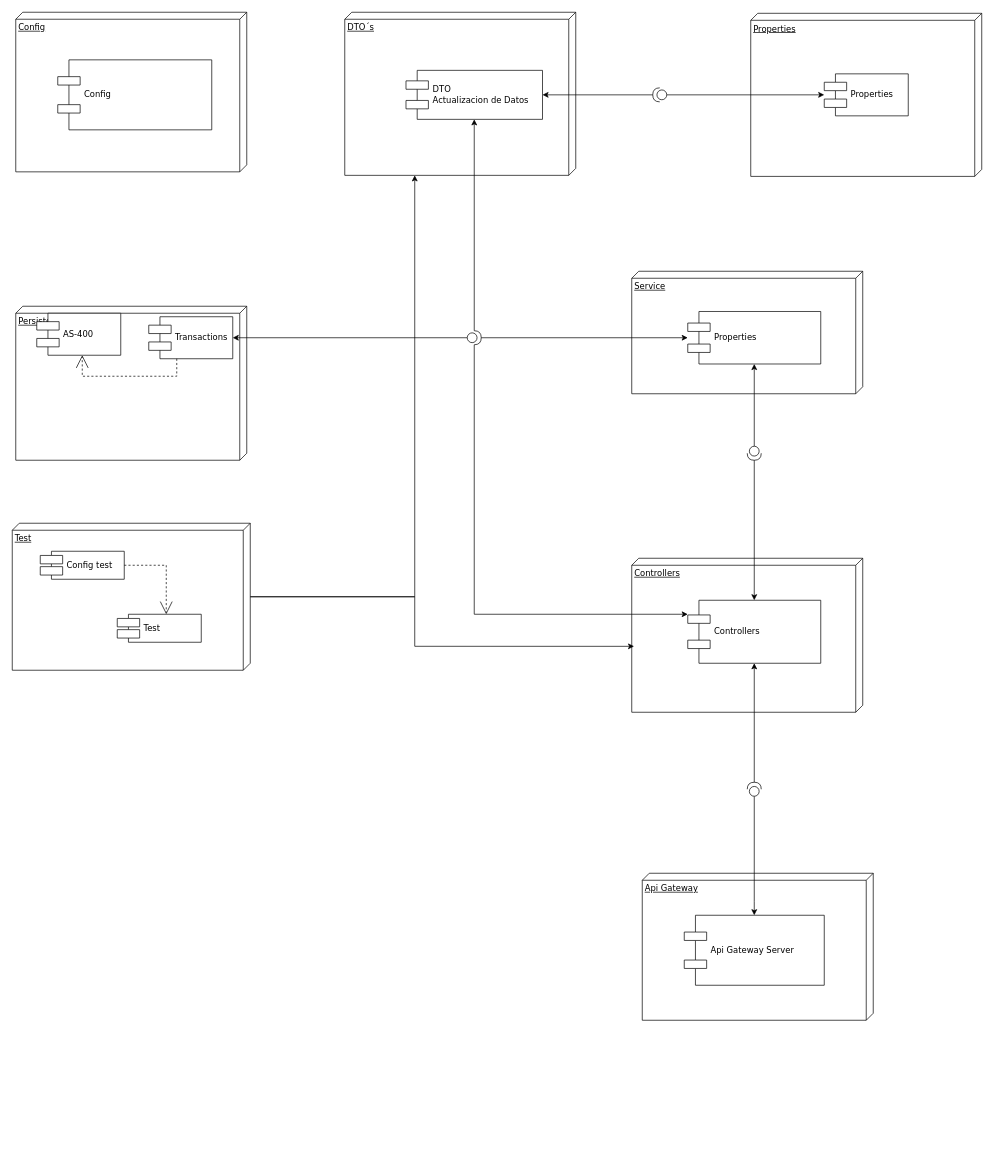
Before: Untitled Diagram.drawio in StevenGpByte/ActualizacionDatos, a draw.io diagram. Source tidied: cells renumbered, new cells numbered last; positions are measured from the earlier drawing's top-left corner, leaving out a move shared by most shapes. Both pictures are drawn from the tidied source at 70%, with x=0, y=0 at pixel (12, 12).
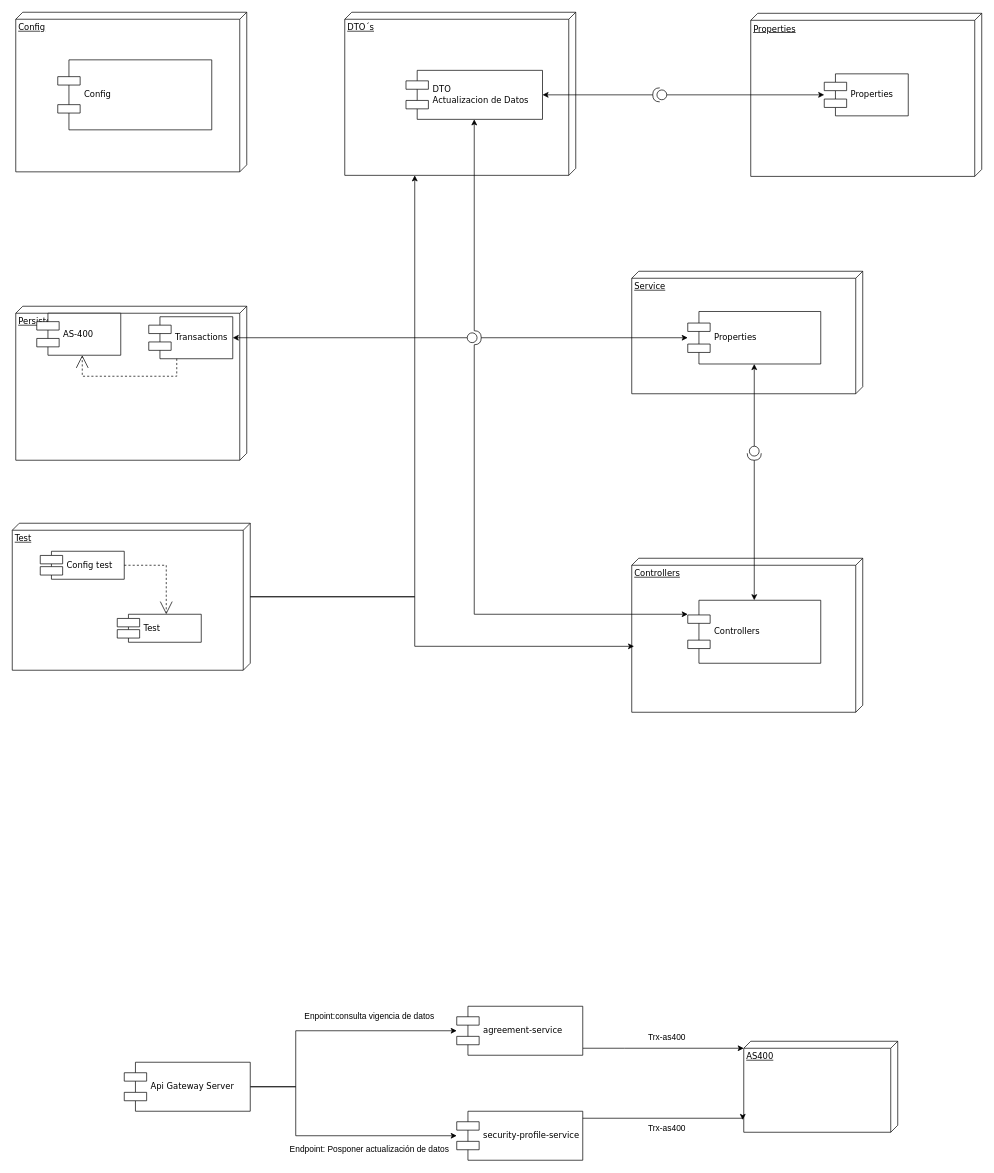
Above is the later version.

The change refers to these unchanged cells:
```xml
<mxCell id="16" value="Controllers" style="shape=component;align=left;spacingLeft=36;rounded=0;shadow=0;comic=0;labelBackgroundColor=none;strokeWidth=1;fontFamily=Verdana;fontSize=12;html=1;" parent="1" vertex="1">
  <mxGeometry x="965" y="840" width="190" height="90" as="geometry" />
</mxCell>
```

What changed in the source:
```diff
@@
-    <mxCell id="17" value="Api Gateway&lt;br&gt;" style="verticalAlign=top;align=left;spacingTop=8;spacingLeft=2;spacingRight=12;shape=cube;size=10;direction=south;fontStyle=4;html=1;rounded=0;shadow=0;comic=0;labelBackgroundColor=none;strokeWidth=1;fontFamily=Verdana;fontSize=12;" parent="1" vertex="1">
-      <mxGeometry x="900" y="1230" width="330" height="210" as="geometry" />
-    </mxCell>
-    <mxCell id="18" value="Api Gateway Server" style="shape=component;align=left;spacingLeft=36;rounded=0;shadow=0;comic=0;labelBackgroundColor=none;strokeWidth=1;fontFamily=Verdana;fontSize=12;html=1;" parent="1" vertex="1">
-      <mxGeometry x="960" y="1290" width="200" height="100" as="geometry" />
-    </mxCell>
@@
-    <mxCell id="35" style="edgeStyle=orthogonalEdgeStyle;rounded=0;jettySize=auto;html=1;entryX=0.5;entryY=1;entryDx=0;entryDy=0;" parent="1" edge="1" source="37" target="16">
-      <mxGeometry relative="1" as="geometry" />
-    </mxCell>
-    <mxCell id="36" style="edgeStyle=orthogonalEdgeStyle;rounded=0;jettySize=auto;html=1;entryX=0.5;entryY=0;entryDx=0;entryDy=0;" parent="1" edge="1" source="37" target="18">
-      <mxGeometry relative="1" as="geometry">
-        <Array as="points">
-          <mxPoint x="1060" y="1270" />
-        </Array>
-      </mxGeometry>
-    </mxCell>
-    <mxCell id="37" style="shape=providedRequiredInterface;html=1;verticalLabelPosition=bottom;sketch=0;rotation=-90;" parent="1" vertex="1">
-      <mxGeometry x="1050" y="1100" width="20" height="20" as="geometry" />
-    </mxCell>
+    <mxCell id="38" style="edgeStyle=orthogonalEdgeStyle;rounded=0;jettySize=auto;html=1;" parent="1" edge="1" source="18" target="41">
+      <mxGeometry relative="1" as="geometry">
+        <Array as="points">
+          <mxPoint x="405" y="1535" />
+          <mxPoint x="405" y="1455" />
+        </Array>
+      </mxGeometry>
+    </mxCell>
+    <mxCell id="39" style="edgeStyle=orthogonalEdgeStyle;rounded=0;jettySize=auto;html=1;" parent="1" edge="1" source="18" target="43">
+      <mxGeometry relative="1" as="geometry">
+        <Array as="points">
+          <mxPoint x="405" y="1535" />
+          <mxPoint x="405" y="1605" />
+        </Array>
+      </mxGeometry>
+    </mxCell>
+    <mxCell id="18" value="Api Gateway Server" style="shape=component;align=left;spacingLeft=36;rounded=0;shadow=0;comic=0;labelBackgroundColor=none;strokeWidth=1;fontFamily=Verdana;fontSize=12;html=1;" parent="1" vertex="1">
+      <mxGeometry x="160" y="1500" width="180" height="70" as="geometry" />
+    </mxCell>
+    <mxCell id="40" style="edgeStyle=orthogonalEdgeStyle;rounded=0;orthogonalLoop=1;jettySize=auto;html=1;" parent="1" edge="1">
+      <mxGeometry relative="1" as="geometry">
+        <mxPoint x="815" y="1480" as="sourcePoint" />
+        <mxPoint x="1045" y="1480" as="targetPoint" />
+        <Array as="points">
+          <mxPoint x="875" y="1480" />
+          <mxPoint x="875" y="1480" />
+        </Array>
+      </mxGeometry>
+    </mxCell>
+    <mxCell id="41" value="agreement-service" style="shape=component;align=left;spacingLeft=36;rounded=0;shadow=0;comic=0;labelBackgroundColor=none;strokeWidth=1;fontFamily=Verdana;fontSize=12;html=1;" parent="1" vertex="1">
+      <mxGeometry x="635" y="1420" width="180" height="70" as="geometry" />
+    </mxCell>
+    <mxCell id="42" value="AS400" style="verticalAlign=top;align=left;spacingTop=8;spacingLeft=2;spacingRight=12;shape=cube;size=10;direction=south;fontStyle=4;html=1;rounded=0;shadow=0;comic=0;labelBackgroundColor=none;strokeWidth=1;fontFamily=Verdana;fontSize=12;" parent="1" vertex="1">
+      <mxGeometry x="1045" y="1470" width="220" height="130" as="geometry" />
+    </mxCell>
+    <mxCell id="43" value="security-profile-service" style="shape=component;align=left;spacingLeft=36;rounded=0;shadow=0;comic=0;labelBackgroundColor=none;strokeWidth=1;fontFamily=Verdana;fontSize=12;html=1;" parent="1" vertex="1">
+      <mxGeometry x="635" y="1570" width="180" height="70" as="geometry" />
+    </mxCell>
+    <mxCell id="44" value="Enpoint:consulta vigencia de datos" style="text;html=1;align=center;verticalAlign=middle;strokeColor=none;fillColor=none;" parent="1" vertex="1">
+      <mxGeometry x="405" y="1420" width="210" height="30" as="geometry" />
+    </mxCell>
+    <mxCell id="45" value="Trx-as400&lt;br&gt;" style="text;html=1;align=center;verticalAlign=middle;strokeColor=none;fillColor=none;" parent="1" vertex="1">
+      <mxGeometry x="895" y="1450" width="80" height="30" as="geometry" />
+    </mxCell>
+    <mxCell id="46" value="Endpoint: Posponer actualización de datos" style="text;html=1;align=center;verticalAlign=middle;strokeColor=none;fillColor=none;" parent="1" vertex="1">
+      <mxGeometry x="385" y="1610" width="250" height="30" as="geometry" />
+    </mxCell>
+    <mxCell id="47" style="edgeStyle=orthogonalEdgeStyle;rounded=0;jettySize=auto;html=1;entryX=0.865;entryY=1.007;entryDx=0;entryDy=0;entryPerimeter=0;" parent="1" edge="1" source="43" target="42">
+      <mxGeometry relative="1" as="geometry">
+        <Array as="points">
+          <mxPoint x="1044" y="1580" />
+        </Array>
+      </mxGeometry>
+    </mxCell>
+    <mxCell id="48" value="Trx-as400" style="text;html=1;align=center;verticalAlign=middle;strokeColor=none;fillColor=none;" parent="1" vertex="1">
+      <mxGeometry x="895" y="1580" width="80" height="30" as="geometry" />
+    </mxCell>
```
